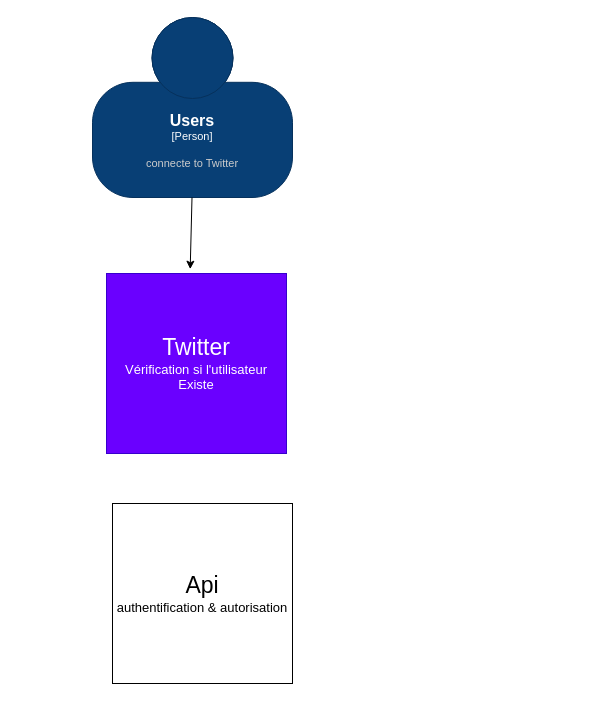
Before: page "Context" (1 of 4) of Diagramme sans nom.drawio in SALVA243/AP-TWITTER, a draw.io diagram. Source tidied: cells renumbered, new cells numbered last; positions are measured from the earlier drawing's top-left corner, leaving out a move shared by most shapes. Both pictures are drawn from the tidied source at 100%, with x=0, y=0 at pixel (92, 17).
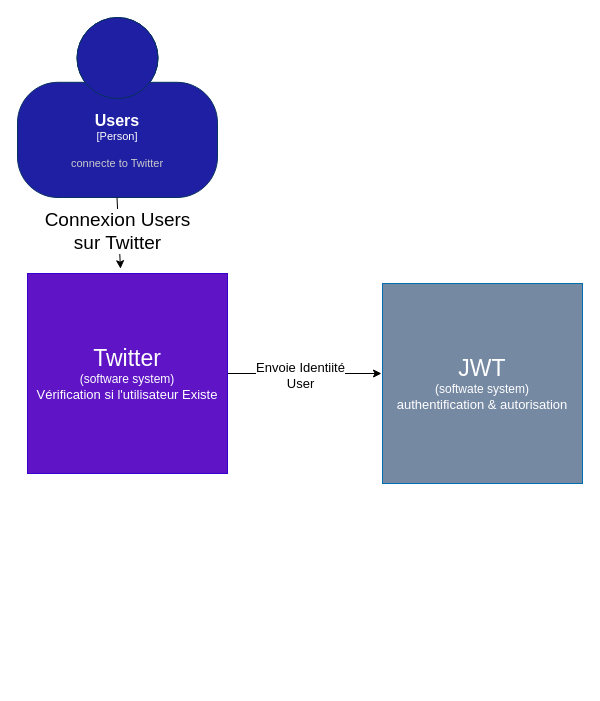
After the change.

What changed in the source:
```diff
@@
 <mxGraphModel>
   <root>
     <mxCell id="0" />
     <mxCell id="1" parent="0" />
     <object id="2" label="&lt;font style=&quot;font-size: 16px&quot;&gt;&lt;b&gt;%c4Name%&lt;/b&gt;&lt;/font&gt;&lt;div&gt;[%c4Type%]&lt;/div&gt;&lt;br&gt;&lt;div&gt;&lt;font style=&quot;font-size: 11px&quot;&gt;&lt;font color=&quot;#cccccc&quot;&gt;%c4Description%&lt;/font&gt;&lt;/div&gt;" c4Description="connecte to Twitter" c4Name="Users" c4Type="Person" placeholders="1">
-      <mxCell style="html=1;fontSize=11;dashed=0;whiteSpace=wrap;fillColor=#083F75;strokeColor=#06315C;fontColor=#ffffff;shape=mxgraph.c4.person2;align=center;" parent="1" vertex="1">
-        <mxGeometry width="200" height="180" as="geometry" />
+      <mxCell style="html=1;fontSize=11;dashed=0;whiteSpace=wrap;fillColor=#1f1fa3;strokeColor=#06315C;fontColor=#ffffff;shape=mxgraph.c4.person2;align=center;" parent="1" vertex="1">
+        <mxGeometry x="-75" width="200" height="180" as="geometry" />
       </mxCell>
     </object>
     <mxCell id="3" style="endArrow=classic;html=1;rounded=0;entryX=0.465;entryY=-0.024;entryDx=0;entryDy=0;entryPerimeter=0;" parent="1" edge="1" target="4">
       <mxGeometry relative="1" as="geometry">
-        <mxPoint x="99.5" y="180" as="sourcePoint" />
+        <mxPoint x="24.5" y="180" as="sourcePoint" />
       </mxGeometry>
     </mxCell>
+    <mxCell id="6" value="Connexion Users &lt;br&gt;sur Twitter" style="edgeLabel;html=1;align=center;verticalAlign=middle;fontSize=19;" parent="3" vertex="1">
+      <mxGeometry x="-0.08" y="-2" relative="1" as="geometry" />
+    </mxCell>
+    <mxCell id="7" style="edgeStyle=orthogonalEdgeStyle;rounded=0;orthogonalLoop=1;jettySize=auto;html=1;" parent="1" edge="1">
+      <mxGeometry relative="1" as="geometry">
+        <mxPoint x="134" y="356" as="sourcePoint" />
+        <mxPoint x="289" y="356" as="targetPoint" />
+      </mxGeometry>
+    </mxCell>
+    <mxCell id="8" value="&lt;font style=&quot;font-size: 13px;&quot;&gt;Envoie Identiité&lt;br&gt;User&lt;/font&gt;" style="edgeLabel;html=1;align=center;verticalAlign=middle;" parent="7" vertex="1">
+      <mxGeometry x="-0.06" y="-1" relative="1" as="geometry" />
+    </mxCell>
-    <mxCell id="4" value="&lt;font style=&quot;&quot;&gt;&lt;span style=&quot;font-size: 23px;&quot;&gt;Twitter&lt;/span&gt;&lt;br&gt;&lt;font style=&quot;font-size: 13px;&quot;&gt;Vérification si l'utilisateur Existe&lt;/font&gt;&lt;br&gt;&lt;/font&gt;" style="whiteSpace=wrap;html=1;fillColor=#6a00ff;strokeColor=#3700CC;fontColor=#ffffff;" parent="1" vertex="1">
-      <mxGeometry x="14" y="256" width="180" height="180" as="geometry" />
+    <mxCell id="4" value="&lt;font style=&quot;&quot;&gt;&lt;span style=&quot;font-size: 23px;&quot;&gt;Twitter&lt;br&gt;&lt;/span&gt;(software system)&lt;br&gt;&lt;font style=&quot;font-size: 13px;&quot;&gt;Vérification si l'utilisateur Existe&lt;/font&gt;&lt;br&gt;&lt;/font&gt;" style="whiteSpace=wrap;html=1;fillColor=#5f15c6;strokeColor=#3700CC;fontColor=#ffffff;" parent="1" vertex="1">
+      <mxGeometry x="-65" y="256" width="200" height="200" as="geometry" />
     </mxCell>
-    <mxCell id="5" value="&lt;font style=&quot;&quot;&gt;&lt;span style=&quot;font-size: 23px;&quot;&gt;Api&lt;/span&gt;&lt;br&gt;&lt;font style=&quot;font-size: 13px;&quot;&gt;authentification &amp;amp; autorisation&lt;/font&gt;&lt;br&gt;&lt;/font&gt;" style="whiteSpace=wrap;html=1;" parent="1" vertex="1">
-      <mxGeometry x="20" y="486" width="180" height="180" as="geometry" />
+    <mxCell id="5" value="&lt;font style=&quot;&quot;&gt;&lt;span style=&quot;font-size: 23px;&quot;&gt;JWT&lt;br&gt;&lt;/span&gt;(softwate system)&lt;br&gt;&lt;font style=&quot;font-size: 13px;&quot;&gt;authentification &amp;amp; autorisation&lt;/font&gt;&lt;br&gt;&lt;/font&gt;" style="whiteSpace=wrap;html=1;fillColor=#7689A3;strokeColor=#006EAF;fontColor=#ffffff;" parent="1" vertex="1">
+      <mxGeometry x="290" y="266" width="200" height="200" as="geometry" />
     </mxCell>
   </root>
 </mxGraphModel>
```
